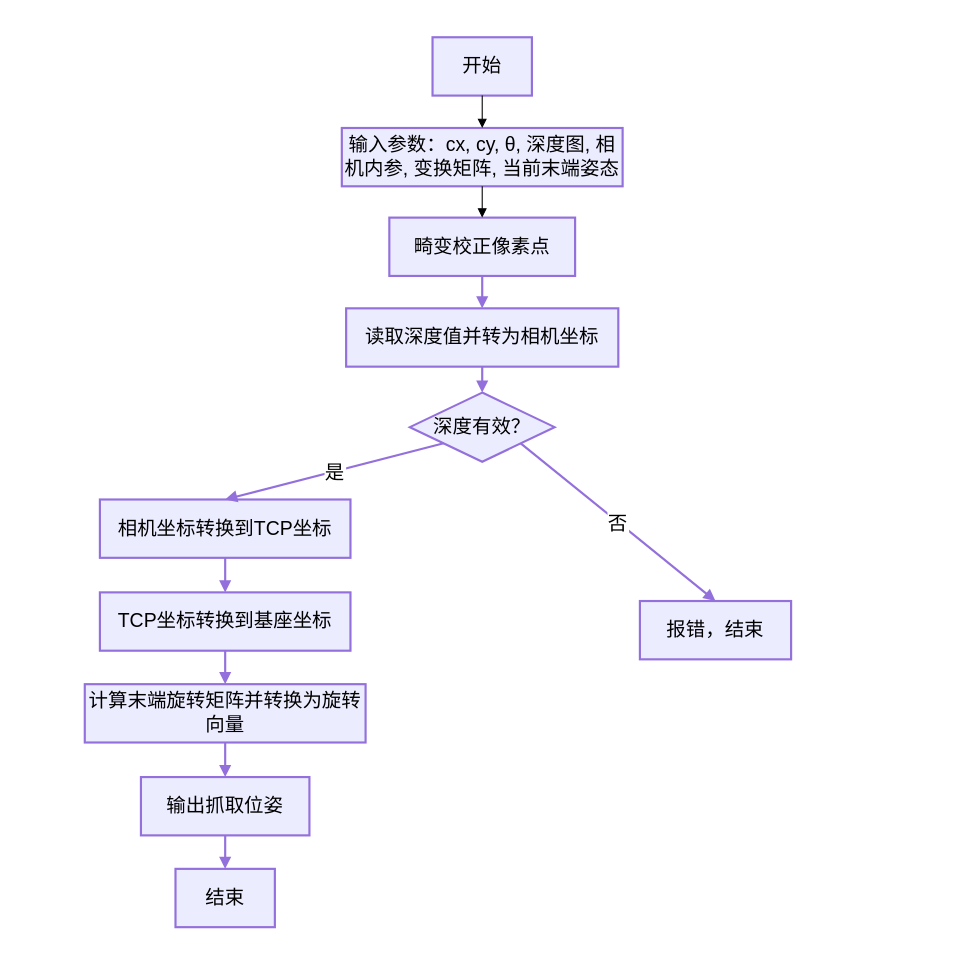
Above: 抓取位姿流程图.drawio in tanyunhao/test (draw.io), before the change. Source tidied: cells renumbered, new cells numbered last; positions are measured from the earlier drawing's top-left corner, leaving out a move shared by most shapes. Both pictures are drawn from the tidied source at 108%, with x=0, y=0 at pixel (84, 37).
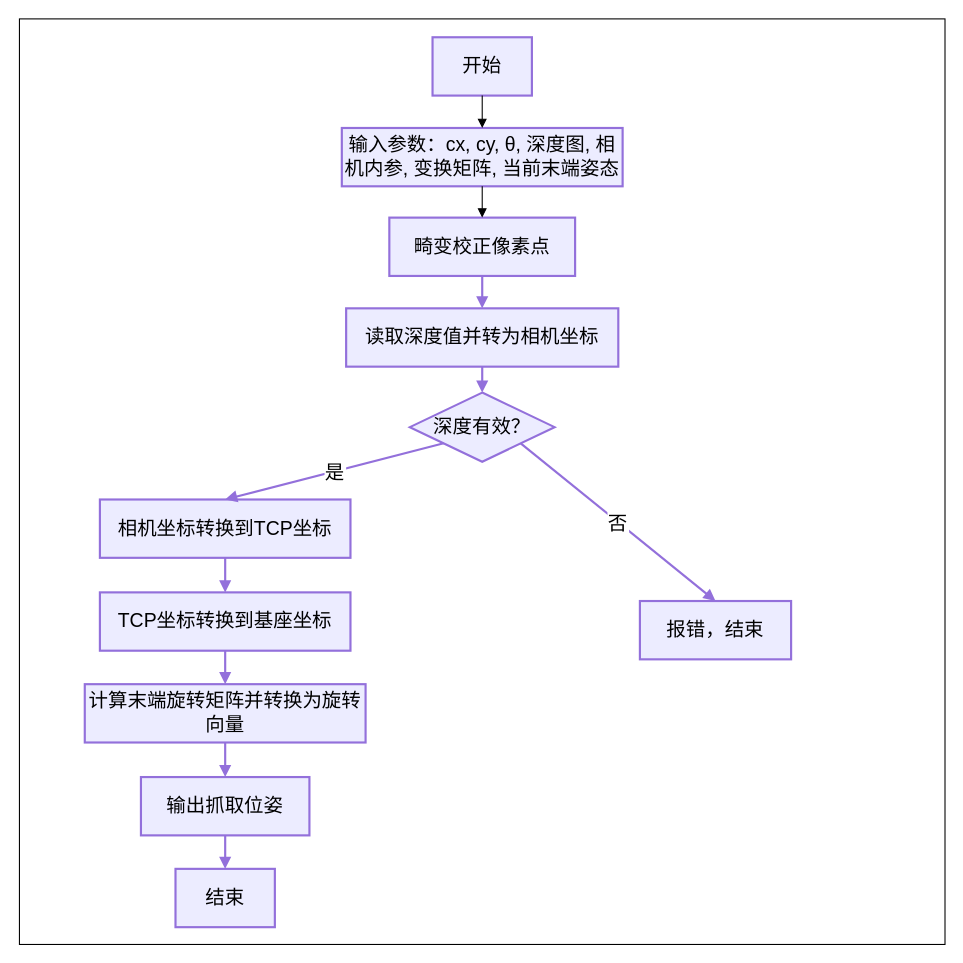
The same page after the edit.

Commit message:
抓取位姿流程图.drawio

Diff of the diagram source:
```diff
@@
+    <mxCell id="23" style="whiteSpace=wrap;html=1;" parent="1" vertex="1">
+      <mxGeometry x="-60.5" y="-17" width="857" height="857" as="geometry" />
+    </mxCell>
```
